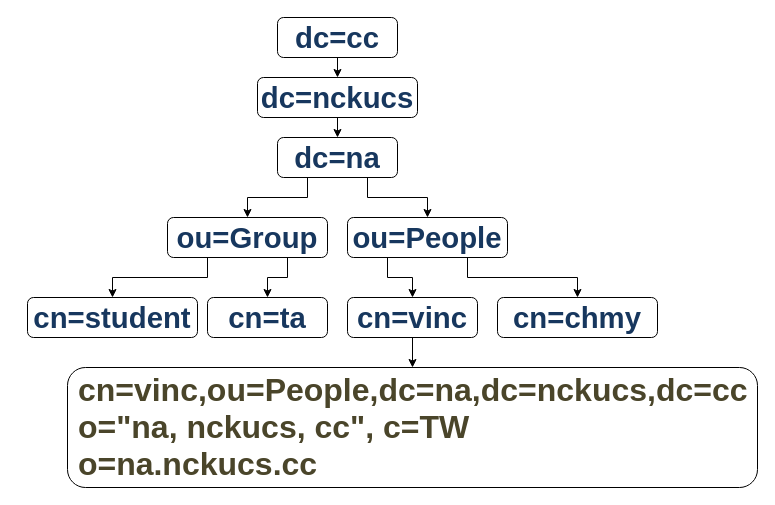
Earlier version of the draw.io diagram NASA-graph/ldap/Directory Information Tree.drawio (Vincent550102/NASA-graph). Source tidied: cells renumbered, new cells numbered last; positions are measured from the earlier drawing's top-left corner, leaving out a move shared by most shapes. Both pictures are drawn from the tidied source at 100%, with x=0, y=0 at pixel (27, 17).
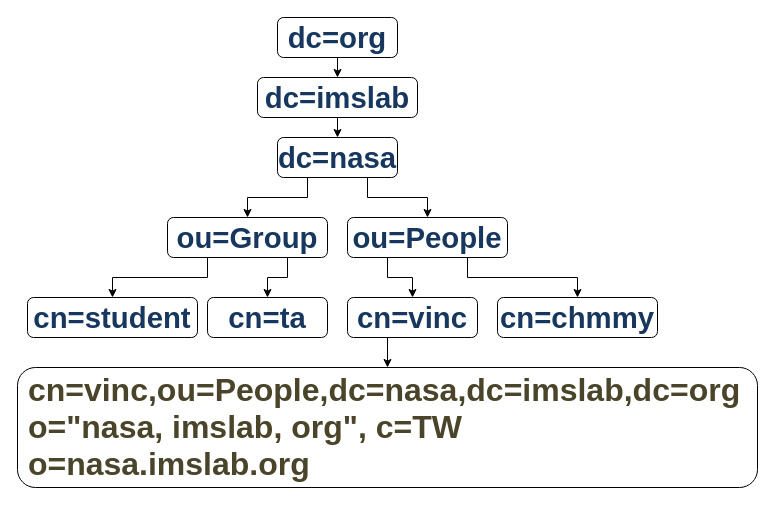
The same diagram, later.

Change to the diagram source:
```diff
@@
-    <mxCell id="3" value="&lt;p style=&quot;line-height: normal; margin: 0pt 0in; text-indent: 0in; direction: ltr; unicode-bidi: embed; vertical-align: baseline; word-break: normal;&quot;&gt;&lt;span style=&quot;font-size: 22pt; font-family: Arial; font-variant-numeric: normal; font-variant-east-asian: normal; color: rgb(23, 55, 94); font-weight: bold;&quot;&gt;dc=cc&lt;/span&gt;&lt;/p&gt;" style="rounded=1;whiteSpace=wrap;html=1;" parent="1" vertex="1">
+    <mxCell id="3" value="&lt;p style=&quot;line-height: normal; margin: 0pt 0in; text-indent: 0in; direction: ltr; unicode-bidi: embed; vertical-align: baseline; word-break: normal;&quot;&gt;&lt;span style=&quot;font-size: 22pt; font-family: Arial; font-variant-numeric: normal; font-variant-east-asian: normal; color: rgb(23, 55, 94); font-weight: bold;&quot;&gt;dc=org&lt;/span&gt;&lt;/p&gt;" style="rounded=1;whiteSpace=wrap;html=1;" parent="1" vertex="1">
       <mxGeometry x="250" width="120" height="40" as="geometry" />
     </mxCell>
@@
-    <mxCell id="5" value="&lt;p style=&quot;line-height: normal; margin: 0pt 0in; text-indent: 0in; direction: ltr; unicode-bidi: embed; vertical-align: baseline; word-break: normal;&quot;&gt;&lt;span style=&quot;font-size: 22pt; font-family: Arial; font-variant-numeric: normal; font-variant-east-asian: normal; color: rgb(23, 55, 94); font-weight: bold;&quot;&gt;d&lt;/span&gt;&lt;span style=&quot;font-size: 22pt; font-family: Arial; font-variant-numeric: normal; font-variant-east-asian: normal; color: rgb(23, 55, 94); font-weight: bold; vertical-align: baseline;&quot;&gt;c=&lt;/span&gt;&lt;span style=&quot;font-size: 22pt; font-family: Arial; font-variant-numeric: normal; font-variant-east-asian: normal; color: rgb(23, 55, 94); font-weight: bold; vertical-align: baseline;&quot;&gt;nckucs&lt;/span&gt;&lt;/p&gt;" style="rounded=1;whiteSpace=wrap;html=1;" parent="1" vertex="1">
+    <mxCell id="5" value="&lt;p style=&quot;line-height: normal; margin: 0pt 0in; text-indent: 0in; direction: ltr; unicode-bidi: embed; vertical-align: baseline; word-break: normal;&quot;&gt;&lt;span style=&quot;font-size: 22pt; font-family: Arial; font-variant-numeric: normal; font-variant-east-asian: normal; color: rgb(23, 55, 94); font-weight: bold;&quot;&gt;d&lt;/span&gt;&lt;span style=&quot;font-size: 22pt; font-family: Arial; font-variant-numeric: normal; font-variant-east-asian: normal; color: rgb(23, 55, 94); font-weight: bold; vertical-align: baseline;&quot;&gt;c=imslab&lt;/span&gt;&lt;/p&gt;" style="rounded=1;whiteSpace=wrap;html=1;" parent="1" vertex="1">
       <mxGeometry x="230" y="60" width="160" height="40" as="geometry" />
     </mxCell>
@@
-    <mxCell id="8" value="&lt;p style=&quot;line-height: normal; margin: 0pt 0in; text-indent: 0in; direction: ltr; unicode-bidi: embed; vertical-align: baseline; word-break: normal;&quot;&gt;&lt;span style=&quot;font-size: 22pt; font-family: Arial; font-variant-numeric: normal; font-variant-east-asian: normal; color: rgb(23, 55, 94); font-weight: bold;&quot;&gt;dc=&lt;/span&gt;&lt;span style=&quot;font-size: 22pt; font-family: Arial; font-variant-numeric: normal; font-variant-east-asian: normal; color: rgb(23, 55, 94); font-weight: bold;&quot;&gt;na&lt;/span&gt;&lt;/p&gt;" style="rounded=1;whiteSpace=wrap;html=1;" parent="1" vertex="1">
+    <mxCell id="8" value="&lt;p style=&quot;line-height: normal; margin: 0pt 0in; text-indent: 0in; direction: ltr; unicode-bidi: embed; vertical-align: baseline; word-break: normal;&quot;&gt;&lt;span style=&quot;font-size: 22pt; font-family: Arial; font-variant-numeric: normal; font-variant-east-asian: normal; color: rgb(23, 55, 94); font-weight: bold;&quot;&gt;dc=&lt;/span&gt;&lt;span style=&quot;font-size: 22pt; font-family: Arial; font-variant-numeric: normal; font-variant-east-asian: normal; color: rgb(23, 55, 94); font-weight: bold;&quot;&gt;nasa&lt;/span&gt;&lt;/p&gt;" style="rounded=1;whiteSpace=wrap;html=1;" parent="1" vertex="1">
       <mxGeometry x="250" y="120" width="120" height="40" as="geometry" />
     </mxCell>
@@
-    <mxCell id="19" value="&lt;p style=&quot;line-height: normal; margin: 0pt 0in; text-indent: 0in; direction: ltr; unicode-bidi: embed; vertical-align: baseline; word-break: normal;&quot;&gt;&lt;span style=&quot;font-size: 22pt; font-family: Arial; font-variant-numeric: normal; font-variant-east-asian: normal; color: rgb(23, 55, 94); font-weight: bold;&quot;&gt;cn&lt;/span&gt;&lt;span style=&quot;font-size: 22pt; font-family: Arial; font-variant-numeric: normal; font-variant-east-asian: normal; color: rgb(23, 55, 94); font-weight: bold; vertical-align: baseline;&quot;&gt;=&lt;/span&gt;&lt;span style=&quot;font-size: 22pt; font-family: Arial; font-variant-numeric: normal; font-variant-east-asian: normal; color: rgb(23, 55, 94); font-weight: bold; vertical-align: baseline;&quot;&gt;chmy&lt;/span&gt;&lt;/p&gt;" style="rounded=1;whiteSpace=wrap;html=1;" parent="1" vertex="1">
+    <mxCell id="19" value="&lt;p style=&quot;line-height: normal; margin: 0pt 0in; text-indent: 0in; direction: ltr; unicode-bidi: embed; vertical-align: baseline; word-break: normal;&quot;&gt;&lt;span style=&quot;font-size: 22pt; font-family: Arial; font-variant-numeric: normal; font-variant-east-asian: normal; color: rgb(23, 55, 94); font-weight: bold;&quot;&gt;cn&lt;/span&gt;&lt;span style=&quot;font-size: 22pt; font-family: Arial; font-variant-numeric: normal; font-variant-east-asian: normal; color: rgb(23, 55, 94); font-weight: bold; vertical-align: baseline;&quot;&gt;=&lt;/span&gt;&lt;span style=&quot;font-size: 22pt; font-family: Arial; font-variant-numeric: normal; font-variant-east-asian: normal; color: rgb(23, 55, 94); font-weight: bold; vertical-align: baseline;&quot;&gt;chmmy&lt;/span&gt;&lt;/p&gt;" style="rounded=1;whiteSpace=wrap;html=1;" parent="1" vertex="1">
       <mxGeometry x="470" y="280" width="160" height="40" as="geometry" />
     </mxCell>
-    <mxCell id="20" value="&lt;p style=&quot;line-height: normal; margin: 0pt 0in; text-indent: 0in; direction: ltr; unicode-bidi: embed; vertical-align: baseline; word-break: normal;&quot;&gt;&lt;span style=&quot;font-size: 24pt; font-family: Arial; font-variant-numeric: normal; font-variant-east-asian: normal; color: rgb(74, 69, 42); font-weight: bold;&quot;&gt;&amp;nbsp;cn&lt;/span&gt;&lt;span style=&quot;font-size: 24pt; font-family: Arial; font-variant-numeric: normal; font-variant-east-asian: normal; color: rgb(74, 69, 42); font-weight: bold;&quot;&gt;=&lt;/span&gt;&lt;span style=&quot;font-size: 24pt; font-family: Arial; font-variant-numeric: normal; font-variant-east-asian: normal; color: rgb(74, 69, 42); font-weight: bold;&quot;&gt;vinc,ou&lt;/span&gt;&lt;span style=&quot;font-size: 24pt; font-family: Arial; font-variant-numeric: normal; font-variant-east-asian: normal; color: rgb(74, 69, 42); font-weight: bold;&quot;&gt;=&lt;/span&gt;&lt;span style=&quot;font-size: 24pt; font-family: Arial; font-variant-numeric: normal; font-variant-east-asian: normal; color: rgb(74, 69, 42); font-weight: bold;&quot;&gt;People,dc&lt;/span&gt;&lt;span style=&quot;font-size: 24pt; font-family: Arial; font-variant-numeric: normal; font-variant-east-asian: normal; color: rgb(74, 69, 42); font-weight: bold;&quot;&gt;=&lt;/span&gt;&lt;span style=&quot;font-size: 24pt; font-family: Arial; font-variant-numeric: normal; font-variant-east-asian: normal; color: rgb(74, 69, 42); font-weight: bold;&quot;&gt;na,dc&lt;/span&gt;&lt;span style=&quot;font-size: 24pt; font-family: Arial; font-variant-numeric: normal; font-variant-east-asian: normal; color: rgb(74, 69, 42); font-weight: bold;&quot;&gt;=&lt;/span&gt;&lt;span style=&quot;font-size: 24pt; font-family: Arial; font-variant-numeric: normal; font-variant-east-asian: normal; color: rgb(74, 69, 42); font-weight: bold;&quot;&gt;nckucs,dc&lt;/span&gt;&lt;span style=&quot;font-size: 24pt; font-family: Arial; font-variant-numeric: normal; font-variant-east-asian: normal; color: rgb(74, 69, 42); font-weight: bold;&quot;&gt;=cc&lt;/span&gt;&lt;br&gt;&lt;/p&gt;&lt;p style=&quot;line-height: normal; margin: 0pt 0in; text-indent: 0in; direction: ltr; unicode-bidi: embed; vertical-align: baseline; word-break: normal;&quot;&gt;&lt;span style=&quot;font-size: 24pt; font-family: Arial; font-variant-numeric: normal; font-variant-east-asian: normal; color: rgb(74, 69, 42); font-weight: bold;&quot;&gt;&lt;/span&gt;&lt;/p&gt;&lt;p style=&quot;line-height: normal; margin-top: 0pt; margin-bottom: 0pt; margin-right: 0in; direction: ltr; unicode-bidi: embed;&quot;&gt;&lt;span style=&quot;font-size: 24pt; font-family: Arial; font-variant-numeric: normal; font-variant-east-asian: normal; color: rgb(74, 69, 42); font-weight: bold;&quot;&gt;&amp;nbsp;o=&quot;&lt;/span&gt;&lt;span style=&quot;font-size: 24pt; font-family: Arial; font-variant-numeric: normal; font-variant-east-asian: normal; color: rgb(74, 69, 42); font-weight: bold;&quot;&gt;na&lt;/span&gt;&lt;span style=&quot;font-size: 24pt; font-family: Arial; font-variant-numeric: normal; font-variant-east-asian: normal; color: rgb(74, 69, 42); font-weight: bold;&quot;&gt;, &lt;/span&gt;&lt;span style=&quot;font-size: 24pt; font-family: Arial; font-variant-numeric: normal; font-variant-east-asian: normal; color: rgb(74, 69, 42); font-weight: bold;&quot;&gt;nckucs&lt;/span&gt;&lt;span style=&quot;font-size: 24pt; font-family: Arial; font-variant-numeric: normal; font-variant-east-asian: normal; color: rgb(74, 69, 42); font-weight: bold;&quot;&gt;, cc&quot;, c=TW&lt;/span&gt;&lt;/p&gt;&lt;p style=&quot;line-height: normal; margin-top: 0pt; margin-bottom: 0pt; margin-right: 0in; direction: ltr; unicode-bidi: embed;&quot;&gt;&lt;span style=&quot;font-size: 24pt; font-family: Arial; font-variant-numeric: normal; font-variant-east-asian: normal; color: rgb(74, 69, 42); font-weight: bold;&quot;&gt;&lt;/span&gt;&lt;/p&gt;&lt;p style=&quot;line-height: normal; margin-top: 0pt; margin-bottom: 0pt; margin-right: 0in; direction: ltr; unicode-bidi: embed;&quot;&gt;&lt;span style=&quot;font-size: 24pt; font-family: Arial; font-variant-numeric: normal; font-variant-east-asian: normal; color: rgb(74, 69, 42); font-weight: bold;&quot;&gt;&amp;nbsp;o=na.nckucs.cc&lt;/span&gt;&lt;/p&gt;" style="rounded=1;whiteSpace=wrap;html=1;align=left;" parent="1" vertex="1">
-      <mxGeometry x="40" y="350" width="690" height="120" as="geometry" />
+    <mxCell id="20" value="&lt;p style=&quot;line-height: normal; margin: 0pt 0in; text-indent: 0in; direction: ltr; unicode-bidi: embed; vertical-align: baseline; word-break: normal;&quot;&gt;&lt;span style=&quot;font-size: 24pt; font-family: Arial; font-variant-numeric: normal; font-variant-east-asian: normal; color: rgb(74, 69, 42); font-weight: bold;&quot;&gt;&amp;nbsp;cn&lt;/span&gt;&lt;span style=&quot;font-size: 24pt; font-family: Arial; font-variant-numeric: normal; font-variant-east-asian: normal; color: rgb(74, 69, 42); font-weight: bold;&quot;&gt;=&lt;/span&gt;&lt;span style=&quot;font-size: 24pt; font-family: Arial; font-variant-numeric: normal; font-variant-east-asian: normal; color: rgb(74, 69, 42); font-weight: bold;&quot;&gt;vinc,ou&lt;/span&gt;&lt;span style=&quot;font-size: 24pt; font-family: Arial; font-variant-numeric: normal; font-variant-east-asian: normal; color: rgb(74, 69, 42); font-weight: bold;&quot;&gt;=&lt;/span&gt;&lt;span style=&quot;font-size: 24pt; font-family: Arial; font-variant-numeric: normal; font-variant-east-asian: normal; color: rgb(74, 69, 42); font-weight: bold;&quot;&gt;People,dc&lt;/span&gt;&lt;span style=&quot;font-size: 24pt; font-family: Arial; font-variant-numeric: normal; font-variant-east-asian: normal; color: rgb(74, 69, 42); font-weight: bold;&quot;&gt;=&lt;/span&gt;&lt;span style=&quot;font-size: 24pt; font-family: Arial; font-variant-numeric: normal; font-variant-east-asian: normal; color: rgb(74, 69, 42); font-weight: bold;&quot;&gt;nasa,dc&lt;/span&gt;&lt;span style=&quot;font-size: 24pt; font-family: Arial; font-variant-numeric: normal; font-variant-east-asian: normal; color: rgb(74, 69, 42); font-weight: bold;&quot;&gt;=imslab&lt;/span&gt;&lt;span style=&quot;font-size: 24pt; font-family: Arial; font-variant-numeric: normal; font-variant-east-asian: normal; color: rgb(74, 69, 42); font-weight: bold;&quot;&gt;,dc&lt;/span&gt;&lt;span style=&quot;font-size: 24pt; font-family: Arial; font-variant-numeric: normal; font-variant-east-asian: normal; color: rgb(74, 69, 42); font-weight: bold;&quot;&gt;=org&lt;/span&gt;&lt;br&gt;&lt;/p&gt;&lt;p style=&quot;line-height: normal; margin: 0pt 0in; text-indent: 0in; direction: ltr; unicode-bidi: embed; vertical-align: baseline; word-break: normal;&quot;&gt;&lt;span style=&quot;font-size: 24pt; font-family: Arial; font-variant-numeric: normal; font-variant-east-asian: normal; color: rgb(74, 69, 42); font-weight: bold;&quot;&gt;&lt;/span&gt;&lt;/p&gt;&lt;p style=&quot;line-height: normal; margin-top: 0pt; margin-bottom: 0pt; margin-right: 0in; direction: ltr; unicode-bidi: embed;&quot;&gt;&lt;span style=&quot;font-size: 24pt; font-family: Arial; font-variant-numeric: normal; font-variant-east-asian: normal; color: rgb(74, 69, 42); font-weight: bold;&quot;&gt;&amp;nbsp;o=&quot;&lt;/span&gt;&lt;span style=&quot;font-size: 24pt; font-family: Arial; font-variant-numeric: normal; font-variant-east-asian: normal; color: rgb(74, 69, 42); font-weight: bold;&quot;&gt;nasa&lt;/span&gt;&lt;span style=&quot;font-size: 24pt; font-family: Arial; font-variant-numeric: normal; font-variant-east-asian: normal; color: rgb(74, 69, 42); font-weight: bold;&quot;&gt;, imslab&lt;/span&gt;&lt;span style=&quot;font-size: 24pt; font-family: Arial; font-variant-numeric: normal; font-variant-east-asian: normal; color: rgb(74, 69, 42); font-weight: bold;&quot;&gt;, org&quot;, c=TW&lt;/span&gt;&lt;/p&gt;&lt;p style=&quot;line-height: normal; margin-top: 0pt; margin-bottom: 0pt; margin-right: 0in; direction: ltr; unicode-bidi: embed;&quot;&gt;&lt;span style=&quot;font-size: 24pt; font-family: Arial; font-variant-numeric: normal; font-variant-east-asian: normal; color: rgb(74, 69, 42); font-weight: bold;&quot;&gt;&lt;/span&gt;&lt;/p&gt;&lt;p style=&quot;line-height: normal; margin-top: 0pt; margin-bottom: 0pt; margin-right: 0in; direction: ltr; unicode-bidi: embed;&quot;&gt;&lt;span style=&quot;font-size: 24pt; font-family: Arial; font-variant-numeric: normal; font-variant-east-asian: normal; color: rgb(74, 69, 42); font-weight: bold;&quot;&gt;&amp;nbsp;o=nasa.imslab.org&lt;/span&gt;&lt;/p&gt;" style="rounded=1;whiteSpace=wrap;html=1;align=left;" parent="1" vertex="1">
+      <mxGeometry x="-10" y="350" width="740" height="120" as="geometry" />
     </mxCell>
```
